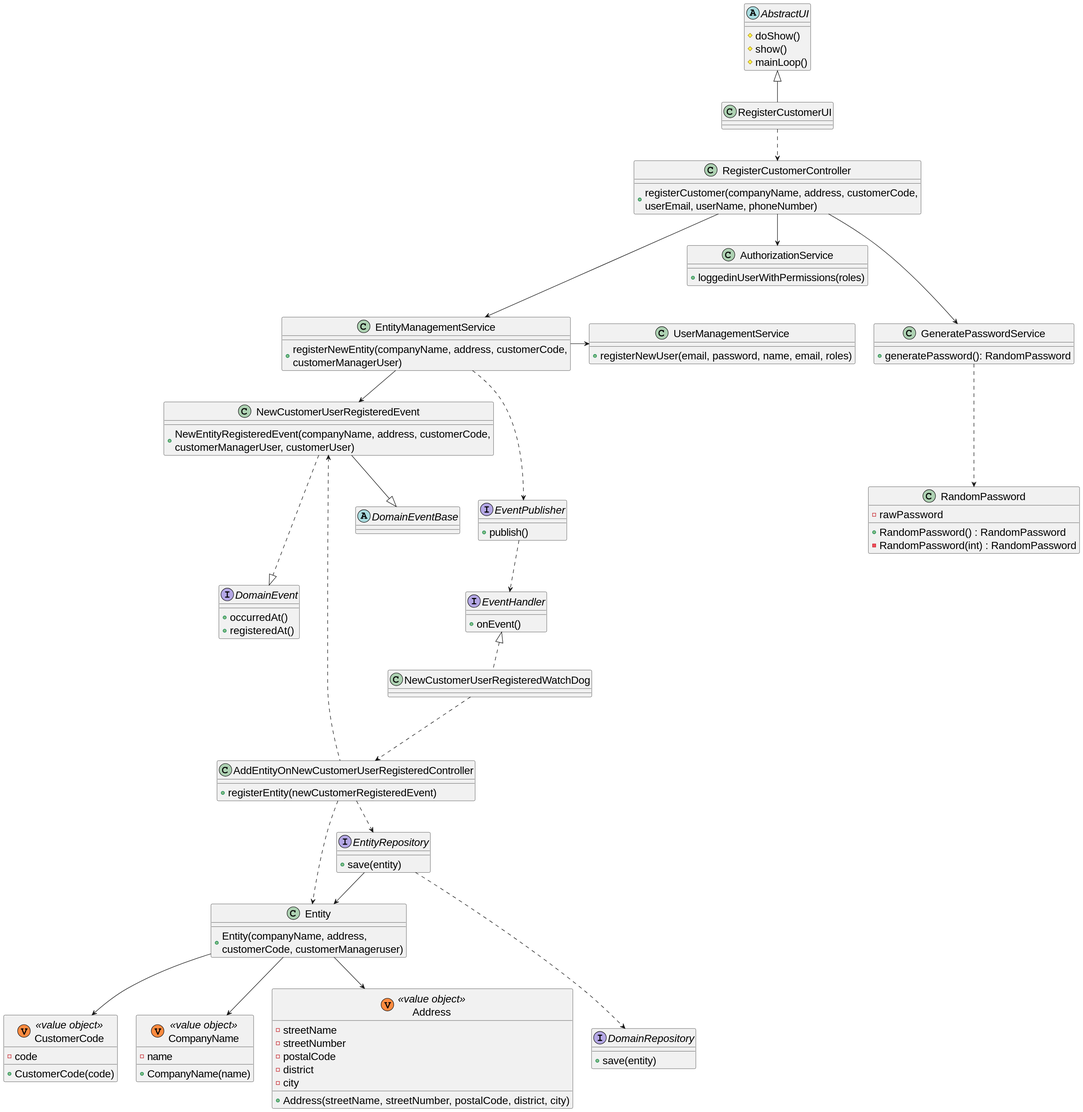
rita-barbosa/LAPR4-2324 keeps this PlantUML diagram as docs/sb_us_1001/class-diagram.svg. Above is the earlier version.
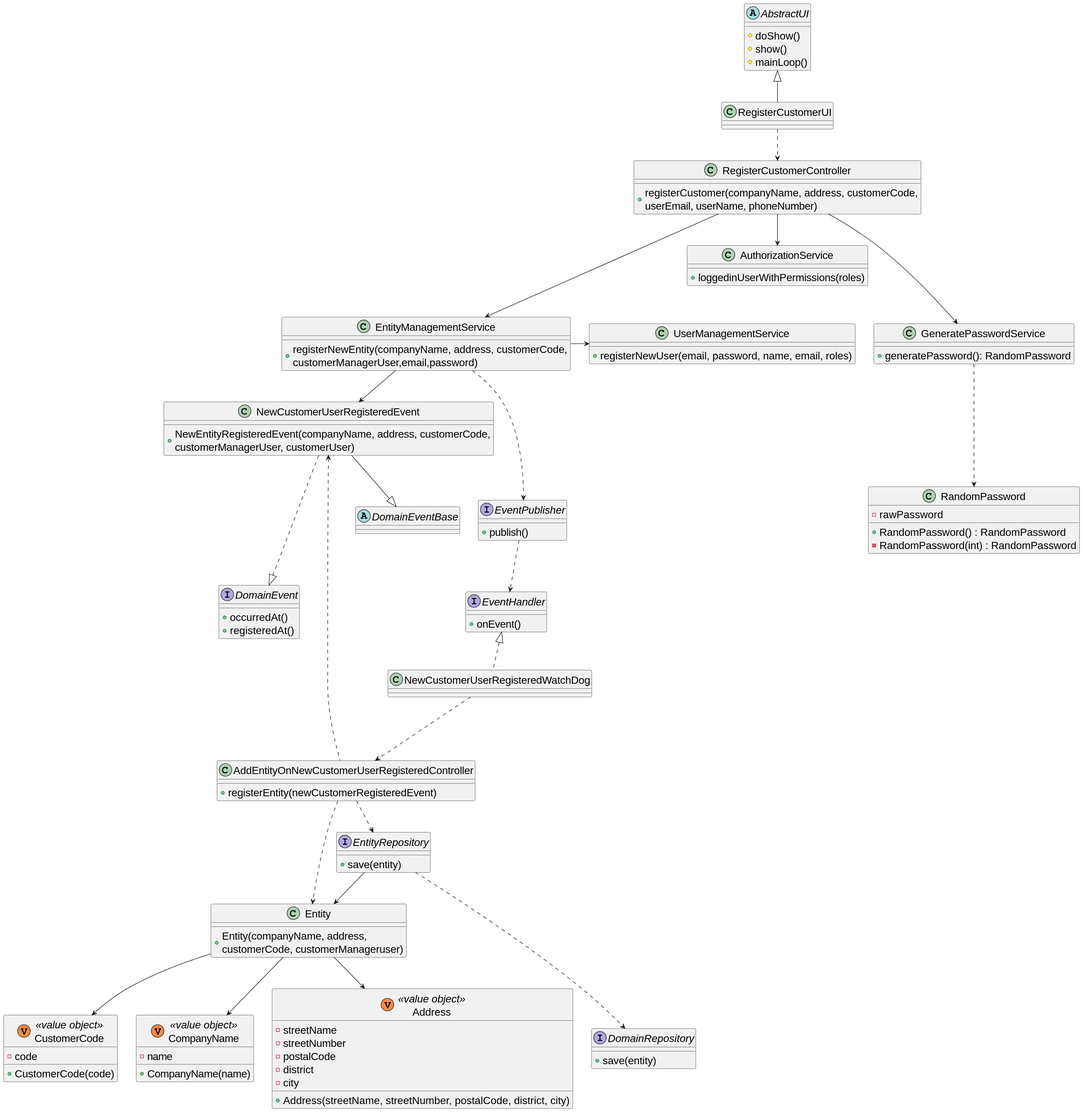
After the change.

Commit message:
docs: updates us_1001 class and sequence diagrams. [#88]

Change to the diagram source:
```diff
@@ -17,7 +17,7 @@
     + registerNewUser(email, password, name, email, roles)
 }
 class EntityManagementService {
-    + registerNewEntity(companyName, address, customerCode,\ncustomerManagerUser)
+    +  registerNewEntity(companyName, address, customerCode,\ncustomerManagerUser,email,password)
 }
 
 interface EventPublisher{
```
